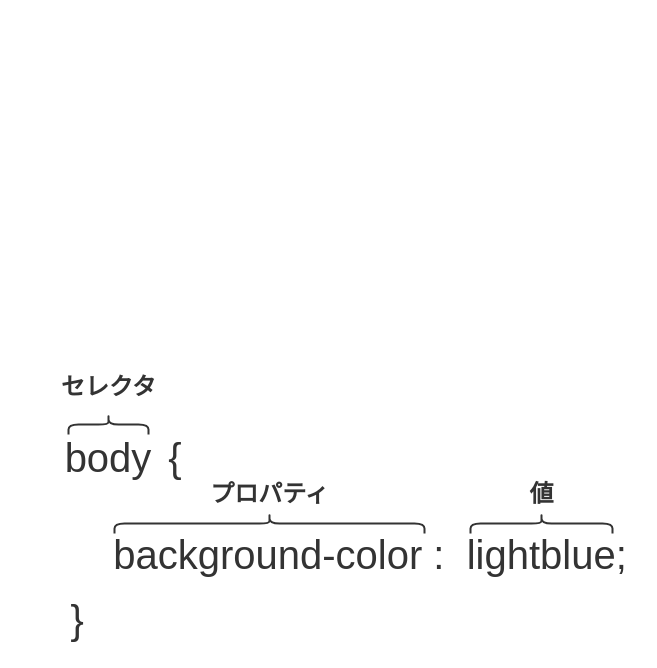
Before: content/blog/HelloWeb/03/images/image.drawio in kento-yoshidu/haskell, a draw.io diagram. Source tidied: cells renumbered, new cells numbered last; positions are measured from the earlier drawing's top-left corner, leaving out a move shared by most shapes. Both pictures are drawn from the tidied source at 100%, with x=0, y=0 at pixel (17, 367).
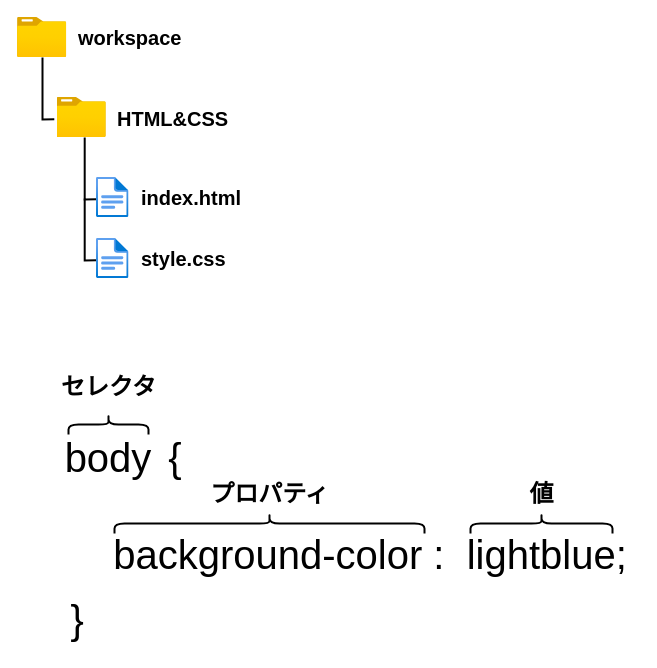
The same page after the edit.

What changed in the source:
```diff
@@
-<mxGraphModel background="#FFFFFF">
+<mxGraphModel>
@@
-    <mxCell id="2" style="shape=curlyBracket;whiteSpace=wrap;html=1;rounded=1;fontSize=35;rotation=90;strokeWidth=2;fontColor=#333333;strokeColor=#333333;" parent="1" vertex="1">
+    <mxCell id="2" style="shape=curlyBracket;whiteSpace=wrap;html=1;rounded=1;fontSize=35;rotation=90;strokeWidth=2;" parent="1" vertex="1">
       <mxGeometry x="81" y="17" width="20" height="80" as="geometry" />
     </mxCell>
-    <mxCell id="3" value="セレクタ" style="text;strokeColor=none;fillColor=none;html=1;fontSize=24;fontStyle=1;verticalAlign=middle;align=center;fontColor=#333333;" parent="1" vertex="1">
+    <mxCell id="3" value="セレクタ" style="text;strokeColor=none;fillColor=none;html=1;fontSize=24;fontStyle=1;verticalAlign=middle;align=center;" parent="1" vertex="1">
       <mxGeometry x="41" width="100" height="40" as="geometry" />
     </mxCell>
-    <mxCell id="4" value="body" style="text;html=1;strokeColor=none;fillColor=none;align=center;verticalAlign=middle;whiteSpace=wrap;rounded=0;fontSize=40;fontColor=#333333;" parent="1" vertex="1">
+    <mxCell id="4" value="body" style="text;html=1;strokeColor=none;fillColor=none;align=center;verticalAlign=middle;whiteSpace=wrap;rounded=0;fontSize=40;" parent="1" vertex="1">
       <mxGeometry x="31" y="70" width="120" height="40" as="geometry" />
     </mxCell>
-    <mxCell id="5" value="background-color :&amp;nbsp; lightblue;" style="text;html=1;strokeColor=none;fillColor=none;align=center;verticalAlign=middle;whiteSpace=wrap;rounded=0;fontSize=40;fontColor=#333333;" parent="1" vertex="1">
+    <mxCell id="5" value="background-color :&amp;nbsp; lightblue;" style="text;html=1;strokeColor=none;fillColor=none;align=center;verticalAlign=middle;whiteSpace=wrap;rounded=0;fontSize=40;" parent="1" vertex="1">
       <mxGeometry x="83" y="167" width="540" height="40" as="geometry" />
     </mxCell>
-    <mxCell id="6" value="{" style="text;html=1;strokeColor=none;fillColor=none;align=center;verticalAlign=middle;whiteSpace=wrap;rounded=0;fontSize=40;fontColor=#333333;" parent="1" vertex="1">
+    <mxCell id="6" value="{" style="text;html=1;strokeColor=none;fillColor=none;align=center;verticalAlign=middle;whiteSpace=wrap;rounded=0;fontSize=40;" parent="1" vertex="1">
       <mxGeometry x="98" y="70" width="120" height="40" as="geometry" />
     </mxCell>
-    <mxCell id="7" value="{" style="text;html=1;strokeColor=none;fillColor=none;align=center;verticalAlign=middle;whiteSpace=wrap;rounded=0;fontSize=40;fontColor=#333333;rotation=-180;" parent="1" vertex="1">
+    <mxCell id="7" value="{" style="text;html=1;strokeColor=none;fillColor=none;align=center;verticalAlign=middle;whiteSpace=wrap;rounded=0;fontSize=40;rotation=-180;" parent="1" vertex="1">
       <mxGeometry y="240" width="120" height="40" as="geometry" />
     </mxCell>
-    <mxCell id="8" style="shape=curlyBracket;whiteSpace=wrap;html=1;rounded=1;fontSize=35;rotation=90;strokeWidth=2;fontColor=#333333;strokeColor=#333333;" parent="1" vertex="1">
+    <mxCell id="8" style="shape=curlyBracket;whiteSpace=wrap;html=1;rounded=1;fontSize=35;rotation=90;strokeWidth=2;" parent="1" vertex="1">
       <mxGeometry x="242" y="1" width="20" height="310" as="geometry" />
     </mxCell>
-    <mxCell id="9" value="プロパティ" style="text;strokeColor=none;fillColor=none;html=1;fontSize=24;fontStyle=1;verticalAlign=middle;align=center;fontColor=#333333;" parent="1" vertex="1">
+    <mxCell id="9" value="プロパティ" style="text;strokeColor=none;fillColor=none;html=1;fontSize=24;fontStyle=1;verticalAlign=middle;align=center;" parent="1" vertex="1">
       <mxGeometry x="202" y="107" width="100" height="40" as="geometry" />
     </mxCell>
-    <mxCell id="10" style="shape=curlyBracket;whiteSpace=wrap;html=1;rounded=1;fontSize=35;rotation=90;strokeWidth=2;fontColor=#333333;strokeColor=#333333;" parent="1" vertex="1">
+    <mxCell id="10" style="shape=curlyBracket;whiteSpace=wrap;html=1;rounded=1;fontSize=35;rotation=90;strokeWidth=2;" parent="1" vertex="1">
       <mxGeometry x="514" y="85" width="20" height="142" as="geometry" />
     </mxCell>
-    <mxCell id="11" value="値" style="text;strokeColor=none;fillColor=none;html=1;fontSize=24;fontStyle=1;verticalAlign=middle;align=center;fontColor=#333333;" parent="1" vertex="1">
+    <mxCell id="11" value="値" style="text;strokeColor=none;fillColor=none;html=1;fontSize=24;fontStyle=1;verticalAlign=middle;align=center;" parent="1" vertex="1">
       <mxGeometry x="474" y="107" width="100" height="40" as="geometry" />
     </mxCell>
+    <mxCell id="12" style="html=1;align=center;image;fontSize=12;image=img/lib/azure2/general/Folder_Blank.svg;" parent="1" vertex="1">
+      <mxGeometry y="-350" width="49.3" height="40" as="geometry" />
+    </mxCell>
+    <mxCell id="13" value="&lt;font style=&quot;font-size: 20px&quot;&gt;workspace&lt;/font&gt;" style="text;html=1;strokeColor=none;fillColor=none;align=left;verticalAlign=middle;whiteSpace=wrap;rounded=0;fontStyle=1;" parent="1" vertex="1">
+      <mxGeometry x="59" y="-350" width="121" height="40" as="geometry" />
+    </mxCell>
+    <mxCell id="14" style="html=1;points=[];align=center;image;fontSize=12;image=img/lib/azure2/general/Folder_Blank.svg;" parent="1" vertex="1">
+      <mxGeometry x="39.5" y="-270" width="49.3" height="40" as="geometry" />
+    </mxCell>
+    <mxCell id="15" value="&lt;font style=&quot;font-size: 20px&quot;&gt;index.html&lt;/font&gt;" style="text;html=1;strokeColor=none;fillColor=none;align=left;verticalAlign=middle;whiteSpace=wrap;rounded=0;fontStyle=1;" parent="1" vertex="1">
+      <mxGeometry x="121.5" y="-190" width="121" height="40" as="geometry" />
+    </mxCell>
+    <mxCell id="16" style="endArrow=none;html=1;exitX=-0.055;exitY=0.545;exitDx=0;exitDy=0;exitPerimeter=0;rounded=0;strokeWidth=2;" parent="1" edge="1" source="14">
+      <mxGeometry relative="1" as="geometry">
+        <mxPoint x="25" y="-310" as="targetPoint" />
+        <Array as="points">
+          <mxPoint x="25" y="-248" />
+        </Array>
+      </mxGeometry>
+    </mxCell>
+    <mxCell id="17" style="endArrow=none;html=1;exitX=-0.055;exitY=0.545;exitDx=0;exitDy=0;exitPerimeter=0;rounded=0;strokeWidth=2;" parent="1" edge="1">
+      <mxGeometry relative="1" as="geometry">
+        <mxPoint x="79" y="-168.2" as="sourcePoint" />
+        <mxPoint x="67.2" y="-230" as="targetPoint" />
+        <Array as="points">
+          <mxPoint x="67.2" y="-168" />
+        </Array>
+      </mxGeometry>
+    </mxCell>
+    <mxCell id="18" style="html=1;align=center;image;fontSize=12;image=img/lib/azure2/general/File.svg;rounded=0;sketch=0;" parent="1" vertex="1">
+      <mxGeometry x="79" y="-190" width="32.5" height="40" as="geometry" />
+    </mxCell>
+    <mxCell id="19" value="&lt;font style=&quot;font-size: 20px&quot;&gt;HTML&amp;amp;CSS&lt;/font&gt;" style="text;html=1;strokeColor=none;fillColor=none;align=left;verticalAlign=middle;whiteSpace=wrap;rounded=0;fontStyle=1;" parent="1" vertex="1">
+      <mxGeometry x="97.5" y="-269" width="121" height="40" as="geometry" />
+    </mxCell>
+    <mxCell id="20" value="&lt;font style=&quot;font-size: 20px&quot;&gt;style.css&lt;br&gt;&lt;/font&gt;" style="text;html=1;strokeColor=none;fillColor=none;align=left;verticalAlign=middle;whiteSpace=wrap;rounded=0;fontStyle=1;" parent="1" vertex="1">
+      <mxGeometry x="121.5" y="-129" width="121" height="40" as="geometry" />
+    </mxCell>
+    <mxCell id="21" style="endArrow=none;html=1;exitX=-0.055;exitY=0.545;exitDx=0;exitDy=0;exitPerimeter=0;rounded=0;strokeWidth=2;" parent="1" edge="1">
+      <mxGeometry relative="1" as="geometry">
+        <mxPoint x="79" y="-107.2" as="sourcePoint" />
+        <mxPoint x="67.2" y="-169" as="targetPoint" />
+        <Array as="points">
+          <mxPoint x="67.2" y="-107" />
+        </Array>
+      </mxGeometry>
+    </mxCell>
+    <mxCell id="22" style="html=1;align=center;image;fontSize=12;image=img/lib/azure2/general/File.svg;rounded=0;sketch=0;" parent="1" vertex="1">
+      <mxGeometry x="79" y="-129" width="32.5" height="40" as="geometry" />
+    </mxCell>
```
